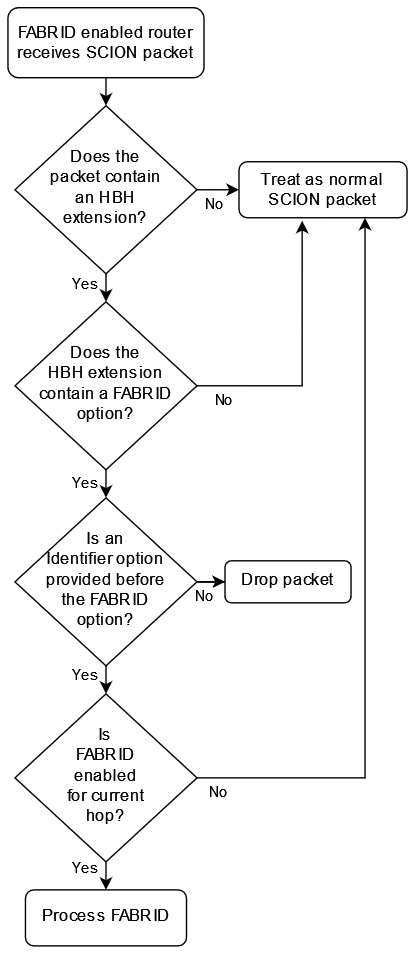
Above: doc/dev/design/fig/FABRID/FABRIDActivation.png in rohrerj/scion (draw.io), before the change. Source tidied: cells renumbered, new cells last; positions are measured from the earlier drawing's top-left corner, leaving out a move shared by most shapes. Its diagram source:
```xml
<mxGraphModel>
  <root>
    <mxCell id="0" />
    <mxCell id="1" parent="0" />
    <mxCell id="2" style="edgeStyle=orthogonalEdgeStyle;rounded=0;jettySize=auto;html=1;exitX=0.5;exitY=1;exitDx=0;exitDy=0;entryX=0.5;entryY=0;entryDx=0;entryDy=0;" parent="1" edge="1" source="3" target="26">
      <mxGeometry relative="1" as="geometry" />
    </mxCell>
    <mxCell id="3" value="FABRID enabled router receives SCION packet" style="rounded=1;whiteSpace=wrap;html=1;fontSize=12;glass=0;strokeWidth=1;shadow=0;" parent="1" vertex="1">
      <mxGeometry width="140" height="50" as="geometry" />
    </mxCell>
    <mxCell id="4" value="Treat as normal SCION packet" style="rounded=1;whiteSpace=wrap;html=1;fontSize=12;glass=0;strokeWidth=1;shadow=0;" parent="1" vertex="1">
      <mxGeometry x="165" y="110" width="120" height="40" as="geometry" />
    </mxCell>
    <mxCell id="5" style="edgeStyle=orthogonalEdgeStyle;rounded=0;jettySize=auto;html=1;exitX=0.5;exitY=1;exitDx=0;exitDy=0;entryX=0.5;entryY=0;entryDx=0;entryDy=0;" parent="1" edge="1" source="7" target="12">
      <mxGeometry relative="1" as="geometry" />
    </mxCell>
    <mxCell id="6" value="Yes" style="edgeLabel;html=1;align=center;verticalAlign=middle;" parent="5" vertex="1">
      <mxGeometry x="-0.17" relative="1" as="geometry">
        <mxPoint x="-15" as="offset" />
      </mxGeometry>
    </mxCell>
    <mxCell id="7" value="Does the&lt;br&gt;HBH extension contain a FABRID option?" style="rhombus;whiteSpace=wrap;html=1;shadow=0;fontFamily=Helvetica;fontSize=12;align=center;strokeWidth=1;spacing=6;spacingTop=-4;" parent="1" vertex="1">
      <mxGeometry x="5" y="210" width="130" height="120" as="geometry" />
    </mxCell>
    <mxCell id="8" style="edgeStyle=orthogonalEdgeStyle;rounded=0;jettySize=auto;html=1;exitX=0.5;exitY=1;exitDx=0;exitDy=0;entryX=0.5;entryY=0;entryDx=0;entryDy=0;" parent="1" edge="1" source="12" target="17">
      <mxGeometry relative="1" as="geometry" />
    </mxCell>
    <mxCell id="9" value="Yes" style="edgeLabel;html=1;align=center;verticalAlign=middle;" parent="8" vertex="1">
      <mxGeometry x="-0.43" y="-2" relative="1" as="geometry">
        <mxPoint x="-13" as="offset" />
      </mxGeometry>
    </mxCell>
    <mxCell id="10" style="edgeStyle=orthogonalEdgeStyle;rounded=0;jettySize=auto;html=1;" parent="1" edge="1" source="12" target="18">
      <mxGeometry relative="1" as="geometry" />
    </mxCell>
    <mxCell id="11" value="No" style="edgeLabel;html=1;align=center;verticalAlign=middle;" parent="10" vertex="1">
      <mxGeometry x="-0.57" y="2" relative="1" as="geometry">
        <mxPoint x="-8" y="12" as="offset" />
      </mxGeometry>
    </mxCell>
    <mxCell id="12" value="Is an&lt;br&gt;Identifier option provided before&lt;br&gt;the FABRID&lt;br&gt;option?" style="rhombus;whiteSpace=wrap;html=1;shadow=0;fontFamily=Helvetica;fontSize=12;align=center;strokeWidth=1;spacing=6;spacingTop=-4;" parent="1" vertex="1">
      <mxGeometry x="5" y="350" width="130" height="120" as="geometry" />
    </mxCell>
    <mxCell id="13" style="edgeStyle=orthogonalEdgeStyle;rounded=0;jettySize=auto;html=1;exitX=0.5;exitY=1;exitDx=0;exitDy=0;entryX=0.5;entryY=0;entryDx=0;entryDy=0;" parent="1" edge="1" source="17" target="19">
      <mxGeometry relative="1" as="geometry" />
    </mxCell>
    <mxCell id="14" value="Yes" style="edgeLabel;html=1;align=center;verticalAlign=middle;" parent="13" vertex="1">
      <mxGeometry x="0.18" y="-1" relative="1" as="geometry">
        <mxPoint x="-14" y="-8" as="offset" />
      </mxGeometry>
    </mxCell>
    <mxCell id="15" style="edgeStyle=orthogonalEdgeStyle;rounded=0;jettySize=auto;html=1;exitX=1;exitY=0.5;exitDx=0;exitDy=0;entryX=0.75;entryY=1;entryDx=0;entryDy=0;" parent="1" edge="1" source="17" target="4">
      <mxGeometry relative="1" as="geometry" />
    </mxCell>
    <mxCell id="16" value="No" style="edgeLabel;html=1;align=center;verticalAlign=middle;" parent="15" vertex="1">
      <mxGeometry x="-0.94" y="-1" relative="1" as="geometry">
        <mxPoint y="9" as="offset" />
      </mxGeometry>
    </mxCell>
    <mxCell id="17" value="Is&lt;br&gt;FABRID&lt;br&gt;enabled&lt;br&gt;for current&lt;br&gt;hop?" style="rhombus;whiteSpace=wrap;html=1;shadow=0;fontFamily=Helvetica;fontSize=12;align=center;strokeWidth=1;spacing=6;spacingTop=-4;" parent="1" vertex="1">
      <mxGeometry x="5" y="490" width="130" height="120" as="geometry" />
    </mxCell>
    <mxCell id="18" value="Drop packet" style="rounded=1;whiteSpace=wrap;html=1;shadow=0;strokeWidth=1;spacing=6;spacingTop=-4;" parent="1" vertex="1">
      <mxGeometry x="155" y="395" width="90" height="30" as="geometry" />
    </mxCell>
    <mxCell id="19" value="Process FABRID" style="rounded=1;whiteSpace=wrap;html=1;shadow=0;strokeWidth=1;spacing=6;spacingTop=-4;" parent="1" vertex="1">
      <mxGeometry x="12.5" y="630" width="115" height="40" as="geometry" />
    </mxCell>
    <mxCell id="20" style="edgeStyle=orthogonalEdgeStyle;rounded=0;jettySize=auto;html=1;exitX=1;exitY=0.5;exitDx=0;exitDy=0;entryX=0.376;entryY=1.053;entryDx=0;entryDy=0;entryPerimeter=0;" parent="1" edge="1" source="7" target="4">
      <mxGeometry relative="1" as="geometry" />
    </mxCell>
    <mxCell id="21" value="No" style="edgeLabel;html=1;align=center;verticalAlign=middle;" parent="20" vertex="1">
      <mxGeometry x="-0.81" y="-1" relative="1" as="geometry">
        <mxPoint y="9" as="offset" />
      </mxGeometry>
    </mxCell>
    <mxCell id="22" style="edgeStyle=orthogonalEdgeStyle;rounded=0;jettySize=auto;html=1;exitX=0.5;exitY=1;exitDx=0;exitDy=0;entryX=0.5;entryY=0;entryDx=0;entryDy=0;" parent="1" edge="1" source="26" target="7">
      <mxGeometry relative="1" as="geometry" />
    </mxCell>
    <mxCell id="23" value="Yes" style="edgeLabel;html=1;align=center;verticalAlign=middle;" parent="22" vertex="1">
      <mxGeometry x="-0.37" relative="1" as="geometry">
        <mxPoint x="-15" as="offset" />
      </mxGeometry>
    </mxCell>
    <mxCell id="24" style="edgeStyle=orthogonalEdgeStyle;rounded=0;jettySize=auto;html=1;exitX=1;exitY=0.5;exitDx=0;exitDy=0;entryX=0;entryY=0.5;entryDx=0;entryDy=0;" parent="1" edge="1" source="26" target="4">
      <mxGeometry relative="1" as="geometry" />
    </mxCell>
    <mxCell id="25" value="No" style="edgeLabel;html=1;align=center;verticalAlign=middle;" parent="24" vertex="1">
      <mxGeometry x="-0.22" y="1" relative="1" as="geometry">
        <mxPoint y="11" as="offset" />
      </mxGeometry>
    </mxCell>
    <mxCell id="26" value="Does the&lt;br&gt;packet contain&lt;br&gt;an HBH&lt;br&gt;extension?" style="rhombus;whiteSpace=wrap;html=1;shadow=0;fontFamily=Helvetica;fontSize=12;align=center;strokeWidth=1;spacing=6;spacingTop=-4;" parent="1" vertex="1">
      <mxGeometry x="5" y="70" width="130" height="120" as="geometry" />
    </mxCell>
  </root>
</mxGraphModel>
```
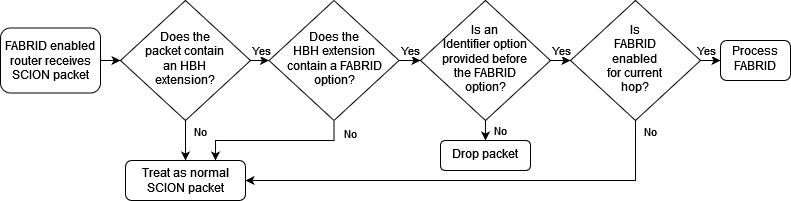
Above is the later version.

The edit, as a diff of the source:
```diff
@@ -2,96 +2,96 @@
   <root>
     <mxCell id="0" />
     <mxCell id="1" parent="0" />
-    <mxCell id="2" style="edgeStyle=orthogonalEdgeStyle;rounded=0;jettySize=auto;html=1;exitX=0.5;exitY=1;exitDx=0;exitDy=0;entryX=0.5;entryY=0;entryDx=0;entryDy=0;" parent="1" edge="1" source="3" target="26">
+    <mxCell id="2" style="edgeStyle=orthogonalEdgeStyle;rounded=0;jettySize=auto;html=1;exitX=1;exitY=0.5;exitDx=0;exitDy=0;entryX=0;entryY=0.5;entryDx=0;entryDy=0;" parent="1" edge="1" source="3" target="26">
       <mxGeometry relative="1" as="geometry" />
     </mxCell>
     <mxCell id="3" value="FABRID enabled router receives SCION packet" style="rounded=1;whiteSpace=wrap;html=1;fontSize=12;glass=0;strokeWidth=1;shadow=0;" parent="1" vertex="1">
-      <mxGeometry width="140" height="50" as="geometry" />
+      <mxGeometry x="-75" y="717.5" width="100" height="65" as="geometry" />
     </mxCell>
-    <mxCell id="4" value="Treat as normal SCION packet" style="rounded=1;whiteSpace=wrap;html=1;fontSize=12;glass=0;strokeWidth=1;shadow=0;" parent="1" vertex="1">
-      <mxGeometry x="165" y="110" width="120" height="40" as="geometry" />
-    </mxCell>
+    <mxCell id="22" style="edgeStyle=orthogonalEdgeStyle;rounded=0;jettySize=auto;html=1;exitX=1;exitY=0.5;exitDx=0;exitDy=0;entryX=0;entryY=0.5;entryDx=0;entryDy=0;" parent="1" edge="1" source="26" target="7">
+      <mxGeometry relative="1" as="geometry" />
+    </mxCell>
+    <mxCell id="27" value="Yes" style="edgeLabel;html=1;align=center;verticalAlign=middle;" parent="22" vertex="1">
+      <mxGeometry x="0.12" y="-1" relative="1" as="geometry">
+        <mxPoint y="-11" as="offset" />
+      </mxGeometry>
+    </mxCell>
+    <mxCell id="24" style="edgeStyle=orthogonalEdgeStyle;rounded=0;jettySize=auto;html=1;exitX=0.5;exitY=1;exitDx=0;exitDy=0;entryX=0.5;entryY=0;entryDx=0;entryDy=0;" parent="1" edge="1" source="26" target="4">
+      <mxGeometry relative="1" as="geometry" />
+    </mxCell>
+    <mxCell id="28" value="No" style="edgeLabel;html=1;align=center;verticalAlign=middle;" parent="24" vertex="1">
+      <mxGeometry x="-0.27" y="2" relative="1" as="geometry">
+        <mxPoint x="13" y="-4" as="offset" />
+      </mxGeometry>
+    </mxCell>
+    <mxCell id="26" value="Does the&lt;br&gt;packet contain&lt;br&gt;an HBH&lt;br&gt;extension?" style="rhombus;whiteSpace=wrap;html=1;shadow=0;fontFamily=Helvetica;fontSize=12;align=center;strokeWidth=1;spacing=6;spacingTop=-4;" parent="1" vertex="1">
+      <mxGeometry x="45" y="690" width="130" height="120" as="geometry" />
+    </mxCell>
-    <mxCell id="5" style="edgeStyle=orthogonalEdgeStyle;rounded=0;jettySize=auto;html=1;exitX=0.5;exitY=1;exitDx=0;exitDy=0;entryX=0.5;entryY=0;entryDx=0;entryDy=0;" parent="1" edge="1" source="7" target="12">
+    <mxCell id="5" style="edgeStyle=orthogonalEdgeStyle;rounded=0;jettySize=auto;html=1;exitX=1;exitY=0.5;exitDx=0;exitDy=0;entryX=0;entryY=0.5;entryDx=0;entryDy=0;" parent="1" edge="1" source="7" target="12">
       <mxGeometry relative="1" as="geometry" />
     </mxCell>
-    <mxCell id="6" value="Yes" style="edgeLabel;html=1;align=center;verticalAlign=middle;" parent="5" vertex="1">
-      <mxGeometry x="-0.17" relative="1" as="geometry">
-        <mxPoint x="-15" as="offset" />
-      </mxGeometry>
-    </mxCell>
+    <mxCell id="29" value="Yes" style="edgeLabel;html=1;align=center;verticalAlign=middle;" parent="5" vertex="1">
+      <mxGeometry x="0.13" y="-1" relative="1" as="geometry">
+        <mxPoint x="-1" y="-11" as="offset" />
+      </mxGeometry>
+    </mxCell>
+    <mxCell id="20" style="edgeStyle=orthogonalEdgeStyle;rounded=0;jettySize=auto;html=1;exitX=0.5;exitY=1;exitDx=0;exitDy=0;entryX=0.75;entryY=0;entryDx=0;entryDy=0;" parent="1" edge="1" source="7" target="4">
+      <mxGeometry relative="1" as="geometry" />
+    </mxCell>
+    <mxCell id="30" value="No" style="edgeLabel;html=1;align=center;verticalAlign=middle;" parent="20" vertex="1">
+      <mxGeometry x="-0.84" y="1" relative="1" as="geometry">
+        <mxPoint x="15" as="offset" />
+      </mxGeometry>
+    </mxCell>
     <mxCell id="7" value="Does the&lt;br&gt;HBH extension contain a FABRID option?" style="rhombus;whiteSpace=wrap;html=1;shadow=0;fontFamily=Helvetica;fontSize=12;align=center;strokeWidth=1;spacing=6;spacingTop=-4;" parent="1" vertex="1">
-      <mxGeometry x="5" y="210" width="130" height="120" as="geometry" />
+      <mxGeometry x="193.5" y="690" width="130" height="120" as="geometry" />
     </mxCell>
-    <mxCell id="8" style="edgeStyle=orthogonalEdgeStyle;rounded=0;jettySize=auto;html=1;exitX=0.5;exitY=1;exitDx=0;exitDy=0;entryX=0.5;entryY=0;entryDx=0;entryDy=0;" parent="1" edge="1" source="12" target="17">
+    <mxCell id="8" style="edgeStyle=orthogonalEdgeStyle;rounded=0;jettySize=auto;html=1;exitX=1;exitY=0.5;exitDx=0;exitDy=0;entryX=0;entryY=0.5;entryDx=0;entryDy=0;" parent="1" edge="1" source="12" target="17">
       <mxGeometry relative="1" as="geometry" />
     </mxCell>
-    <mxCell id="9" value="Yes" style="edgeLabel;html=1;align=center;verticalAlign=middle;" parent="8" vertex="1">
-      <mxGeometry x="-0.43" y="-2" relative="1" as="geometry">
-        <mxPoint x="-13" as="offset" />
-      </mxGeometry>
-    </mxCell>
+    <mxCell id="31" value="Yes" style="edgeLabel;html=1;align=center;verticalAlign=middle;" parent="8" vertex="1">
+      <mxGeometry x="0.03" y="3" relative="1" as="geometry">
+        <mxPoint y="-7" as="offset" />
+      </mxGeometry>
+    </mxCell>
-    <mxCell id="10" style="edgeStyle=orthogonalEdgeStyle;rounded=0;jettySize=auto;html=1;" parent="1" edge="1" source="12" target="18">
+    <mxCell id="10" style="edgeStyle=orthogonalEdgeStyle;rounded=0;jettySize=auto;html=1;exitX=0.5;exitY=1;exitDx=0;exitDy=0;entryX=0.5;entryY=0;entryDx=0;entryDy=0;" parent="1" edge="1" source="12" target="18">
       <mxGeometry relative="1" as="geometry" />
     </mxCell>
-    <mxCell id="11" value="No" style="edgeLabel;html=1;align=center;verticalAlign=middle;" parent="10" vertex="1">
-      <mxGeometry x="-0.57" y="2" relative="1" as="geometry">
-        <mxPoint x="-8" y="12" as="offset" />
-      </mxGeometry>
-    </mxCell>
+    <mxCell id="32" value="No" style="edgeLabel;html=1;align=center;verticalAlign=middle;" parent="10" vertex="1">
+      <mxGeometry x="-0.03" y="-1" relative="1" as="geometry">
+        <mxPoint x="16" as="offset" />
+      </mxGeometry>
+    </mxCell>
     <mxCell id="12" value="Is an&lt;br&gt;Identifier option provided before&lt;br&gt;the FABRID&lt;br&gt;option?" style="rhombus;whiteSpace=wrap;html=1;shadow=0;fontFamily=Helvetica;fontSize=12;align=center;strokeWidth=1;spacing=6;spacingTop=-4;" parent="1" vertex="1">
-      <mxGeometry x="5" y="350" width="130" height="120" as="geometry" />
+      <mxGeometry x="345" y="690" width="130" height="120" as="geometry" />
     </mxCell>
+    <mxCell id="15" style="edgeStyle=orthogonalEdgeStyle;rounded=0;jettySize=auto;html=1;exitX=0.5;exitY=1;exitDx=0;exitDy=0;entryX=1;entryY=0.5;entryDx=0;entryDy=0;" parent="1" edge="1" source="17" target="4">
+      <mxGeometry relative="1" as="geometry" />
+    </mxCell>
+    <mxCell id="33" value="No" style="edgeLabel;html=1;align=center;verticalAlign=middle;" parent="15" vertex="1">
+      <mxGeometry x="-0.94" y="2" relative="1" as="geometry">
+        <mxPoint x="13" y="-4" as="offset" />
+      </mxGeometry>
+    </mxCell>
-    <mxCell id="13" style="edgeStyle=orthogonalEdgeStyle;rounded=0;jettySize=auto;html=1;exitX=0.5;exitY=1;exitDx=0;exitDy=0;entryX=0.5;entryY=0;entryDx=0;entryDy=0;" parent="1" edge="1" source="17" target="19">
+    <mxCell id="13" style="edgeStyle=orthogonalEdgeStyle;rounded=0;jettySize=auto;html=1;exitX=1;exitY=0.5;exitDx=0;exitDy=0;entryX=0;entryY=0.5;entryDx=0;entryDy=0;" parent="1" edge="1" source="17" target="19">
       <mxGeometry relative="1" as="geometry" />
     </mxCell>
-    <mxCell id="14" value="Yes" style="edgeLabel;html=1;align=center;verticalAlign=middle;" parent="13" vertex="1">
-      <mxGeometry x="0.18" y="-1" relative="1" as="geometry">
-        <mxPoint x="-14" y="-8" as="offset" />
-      </mxGeometry>
-    </mxCell>
-    <mxCell id="15" style="edgeStyle=orthogonalEdgeStyle;rounded=0;jettySize=auto;html=1;exitX=1;exitY=0.5;exitDx=0;exitDy=0;entryX=0.75;entryY=1;entryDx=0;entryDy=0;" parent="1" edge="1" source="17" target="4">
-      <mxGeometry relative="1" as="geometry" />
-    </mxCell>
-    <mxCell id="16" value="No" style="edgeLabel;html=1;align=center;verticalAlign=middle;" parent="15" vertex="1">
-      <mxGeometry x="-0.94" y="-1" relative="1" as="geometry">
-        <mxPoint y="9" as="offset" />
-      </mxGeometry>
-    </mxCell>
+    <mxCell id="34" value="Yes" style="edgeLabel;html=1;align=center;verticalAlign=middle;" parent="13" vertex="1">
+      <mxGeometry x="-0.41" y="1" relative="1" as="geometry">
+        <mxPoint y="-9" as="offset" />
+      </mxGeometry>
+    </mxCell>
     <mxCell id="17" value="Is&lt;br&gt;FABRID&lt;br&gt;enabled&lt;br&gt;for current&lt;br&gt;hop?" style="rhombus;whiteSpace=wrap;html=1;shadow=0;fontFamily=Helvetica;fontSize=12;align=center;strokeWidth=1;spacing=6;spacingTop=-4;" parent="1" vertex="1">
-      <mxGeometry x="5" y="490" width="130" height="120" as="geometry" />
+      <mxGeometry x="495" y="690" width="130" height="120" as="geometry" />
     </mxCell>
+    <mxCell id="4" value="Treat as normal SCION packet" style="rounded=1;whiteSpace=wrap;html=1;fontSize=12;glass=0;strokeWidth=1;shadow=0;" parent="1" vertex="1">
+      <mxGeometry x="50" y="850" width="120" height="40" as="geometry" />
+    </mxCell>
     <mxCell id="18" value="Drop packet" style="rounded=1;whiteSpace=wrap;html=1;shadow=0;strokeWidth=1;spacing=6;spacingTop=-4;" parent="1" vertex="1">
-      <mxGeometry x="155" y="395" width="90" height="30" as="geometry" />
+      <mxGeometry x="365" y="830" width="90" height="30" as="geometry" />
     </mxCell>
     <mxCell id="19" value="Process FABRID" style="rounded=1;whiteSpace=wrap;html=1;shadow=0;strokeWidth=1;spacing=6;spacingTop=-4;" parent="1" vertex="1">
-      <mxGeometry x="12.5" y="630" width="115" height="40" as="geometry" />
+      <mxGeometry x="645" y="730" width="70" height="40" as="geometry" />
     </mxCell>
-    <mxCell id="20" style="edgeStyle=orthogonalEdgeStyle;rounded=0;jettySize=auto;html=1;exitX=1;exitY=0.5;exitDx=0;exitDy=0;entryX=0.376;entryY=1.053;entryDx=0;entryDy=0;entryPerimeter=0;" parent="1" edge="1" source="7" target="4">
-      <mxGeometry relative="1" as="geometry" />
-    </mxCell>
-    <mxCell id="21" value="No" style="edgeLabel;html=1;align=center;verticalAlign=middle;" parent="20" vertex="1">
-      <mxGeometry x="-0.81" y="-1" relative="1" as="geometry">
-        <mxPoint y="9" as="offset" />
-      </mxGeometry>
-    </mxCell>
-    <mxCell id="22" style="edgeStyle=orthogonalEdgeStyle;rounded=0;jettySize=auto;html=1;exitX=0.5;exitY=1;exitDx=0;exitDy=0;entryX=0.5;entryY=0;entryDx=0;entryDy=0;" parent="1" edge="1" source="26" target="7">
-      <mxGeometry relative="1" as="geometry" />
-    </mxCell>
-    <mxCell id="23" value="Yes" style="edgeLabel;html=1;align=center;verticalAlign=middle;" parent="22" vertex="1">
-      <mxGeometry x="-0.37" relative="1" as="geometry">
-        <mxPoint x="-15" as="offset" />
-      </mxGeometry>
-    </mxCell>
-    <mxCell id="24" style="edgeStyle=orthogonalEdgeStyle;rounded=0;jettySize=auto;html=1;exitX=1;exitY=0.5;exitDx=0;exitDy=0;entryX=0;entryY=0.5;entryDx=0;entryDy=0;" parent="1" edge="1" source="26" target="4">
-      <mxGeometry relative="1" as="geometry" />
-    </mxCell>
-    <mxCell id="25" value="No" style="edgeLabel;html=1;align=center;verticalAlign=middle;" parent="24" vertex="1">
-      <mxGeometry x="-0.22" y="1" relative="1" as="geometry">
-        <mxPoint y="11" as="offset" />
-      </mxGeometry>
-    </mxCell>
-    <mxCell id="26" value="Does the&lt;br&gt;packet contain&lt;br&gt;an HBH&lt;br&gt;extension?" style="rhombus;whiteSpace=wrap;html=1;shadow=0;fontFamily=Helvetica;fontSize=12;align=center;strokeWidth=1;spacing=6;spacingTop=-4;" parent="1" vertex="1">
-      <mxGeometry x="5" y="70" width="130" height="120" as="geometry" />
-    </mxCell>
   </root>
 </mxGraphModel>
```
